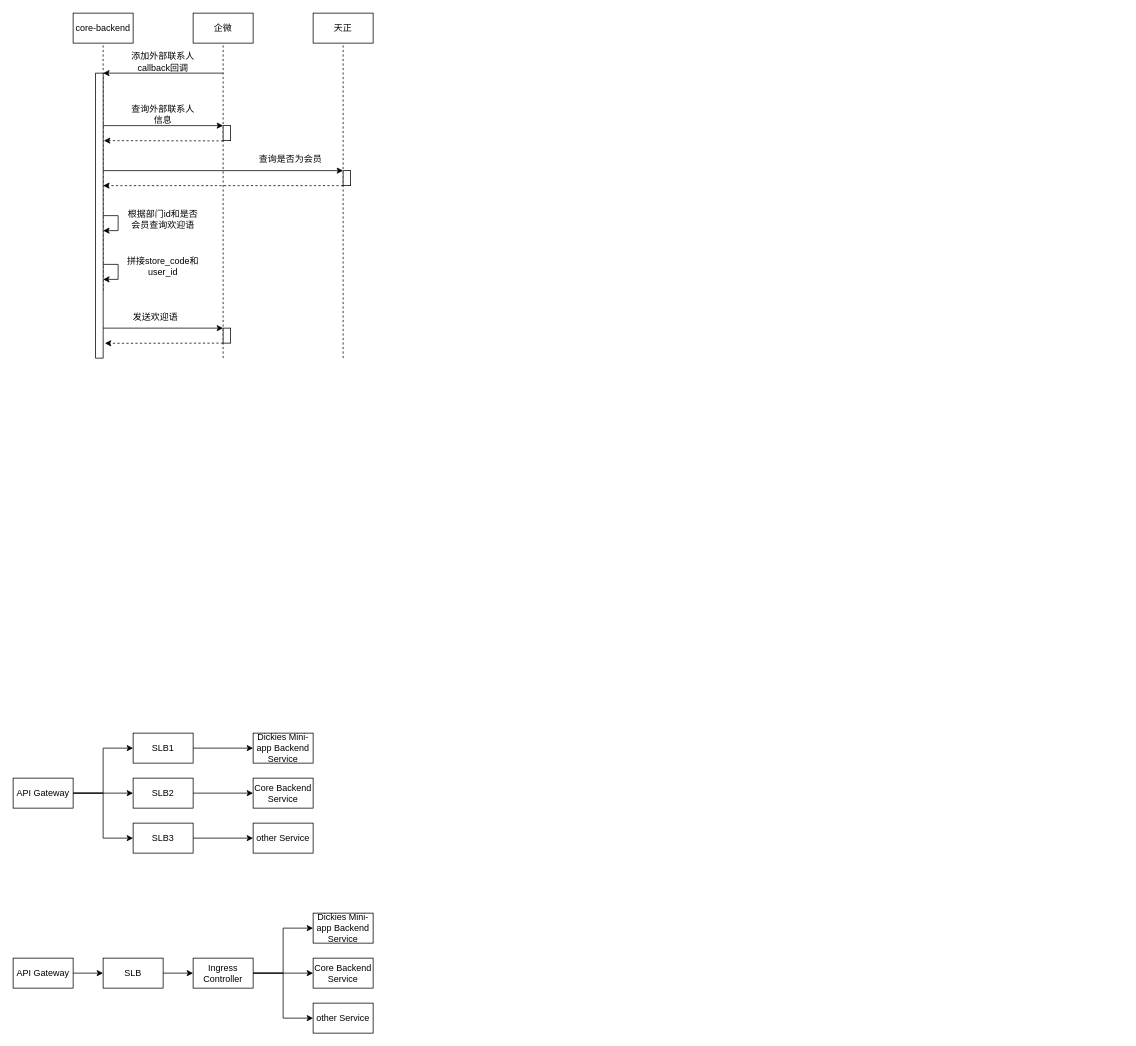
yeahsyoung/diagram keeps this draw.io diagram as VF/发送欢迎语.drawio. Above is the earlier version. Source tidied: cells renumbered, new cells numbered last; positions are measured from the earlier drawing's top-left corner, leaving out a move shared by most shapes. Both pictures are drawn from the tidied source at 75%, with x=0, y=0 at pixel (13, 13).
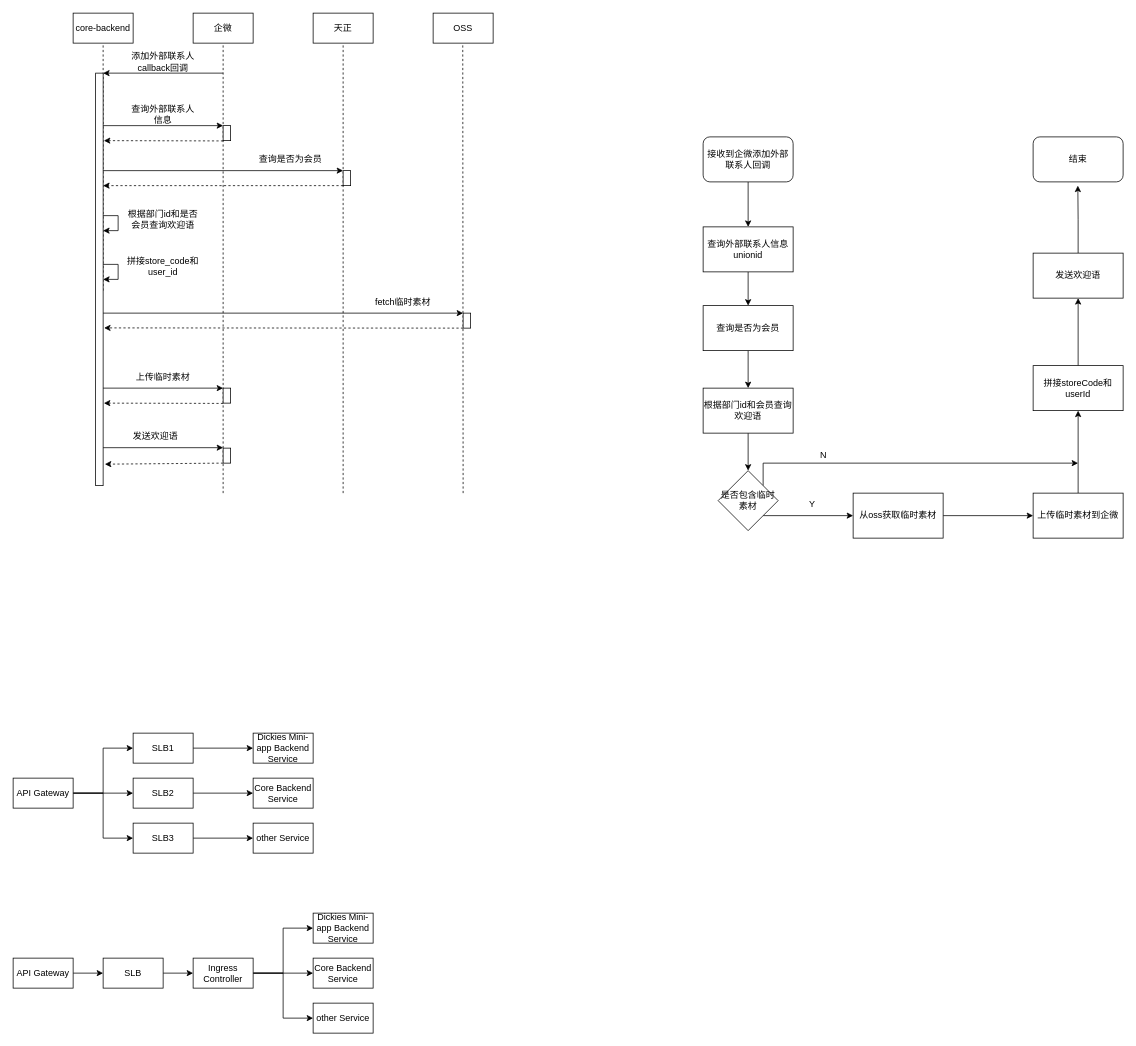
The same diagram, later.

Commit message:
更新发送欢迎语.drawio

Unchanged cells that the change refers to:
```xml
<mxCell id="3" value="企微" style="rounded=0;whiteSpace=wrap;html=1;" parent="1" vertex="1">
  <mxGeometry x="240" width="80" height="40" as="geometry" />
</mxCell>
<mxCell id="4" value="天正" style="rounded=0;whiteSpace=wrap;html=1;" parent="1" vertex="1">
  <mxGeometry x="400" width="80" height="40" as="geometry" />
</mxCell>
```

What changed in the source:
```diff
@@
     <mxCell id="6" style="endArrow=none;dashed=1;html=1;rounded=0;entryX=0.5;entryY=1;entryDx=0;entryDy=0;" parent="1" edge="1" target="3">
       <mxGeometry relative="1" as="geometry">
-        <mxPoint x="280" y="460" as="sourcePoint" />
+        <mxPoint x="280" y="640" as="sourcePoint" />
       </mxGeometry>
     </mxCell>
     <mxCell id="7" style="endArrow=none;dashed=1;html=1;rounded=0;entryX=0.5;entryY=1;entryDx=0;entryDy=0;" parent="1" edge="1" target="4">
       <mxGeometry relative="1" as="geometry">
-        <mxPoint x="440" y="460" as="sourcePoint" />
+        <mxPoint x="440" y="640" as="sourcePoint" />
       </mxGeometry>
     </mxCell>
@@
     <mxCell id="10" style="rounded=0;whiteSpace=wrap;html=1;" parent="1" vertex="1">
-      <mxGeometry x="110" y="80" width="10" height="380" as="geometry" />
+      <mxGeometry x="110" y="80" width="10" height="550" as="geometry" />
     </mxCell>
@@
     <mxCell id="18" style="endArrow=classic;html=1;rounded=0;" parent="1" edge="1">
       <mxGeometry relative="1" as="geometry">
-        <mxPoint x="120" y="420" as="sourcePoint" />
-        <mxPoint x="280" y="420" as="targetPoint" />
+        <mxPoint x="120" y="579.4" as="sourcePoint" />
+        <mxPoint x="280" y="579.4" as="targetPoint" />
       </mxGeometry>
     </mxCell>
     <mxCell id="19" style="rounded=0;whiteSpace=wrap;html=1;" parent="1" vertex="1">
-      <mxGeometry x="280" y="420" width="10" height="20" as="geometry" />
+      <mxGeometry x="280" y="580" width="10" height="20" as="geometry" />
     </mxCell>
     <mxCell id="20" value="发送欢迎语" style="text;html=1;strokeColor=none;fillColor=none;align=center;verticalAlign=middle;whiteSpace=wrap;rounded=0;" parent="1" vertex="1">
-      <mxGeometry x="155" y="390" width="70" height="30" as="geometry" />
+      <mxGeometry x="155" y="549.4" width="70" height="30" as="geometry" />
     </mxCell>
@@
+    <mxCell id="51" value="OSS" style="rounded=0;whiteSpace=wrap;html=1;" parent="1" vertex="1">
+      <mxGeometry x="560" width="80" height="40" as="geometry" />
+    </mxCell>
+    <mxCell id="52" style="endArrow=none;dashed=1;html=1;rounded=0;entryX=0.5;entryY=1;entryDx=0;entryDy=0;" parent="1" edge="1">
+      <mxGeometry relative="1" as="geometry">
+        <mxPoint x="600" y="640" as="sourcePoint" />
+        <mxPoint x="599.5" y="40" as="targetPoint" />
+      </mxGeometry>
+    </mxCell>
+    <mxCell id="53" style="endArrow=classic;html=1;rounded=0;" parent="1" edge="1">
+      <mxGeometry relative="1" as="geometry">
+        <mxPoint x="120" y="400" as="sourcePoint" />
+        <mxPoint x="600" y="400" as="targetPoint" />
+      </mxGeometry>
+    </mxCell>
+    <mxCell id="54" style="rounded=0;whiteSpace=wrap;html=1;" parent="1" vertex="1">
+      <mxGeometry x="600" y="400" width="10" height="20" as="geometry" />
+    </mxCell>
+    <mxCell id="55" value="fetch临时素材" style="text;html=1;strokeColor=none;fillColor=none;align=center;verticalAlign=middle;whiteSpace=wrap;rounded=0;" parent="1" vertex="1">
+      <mxGeometry x="470" y="370" width="100" height="30" as="geometry" />
+    </mxCell>
+    <mxCell id="56" style="endArrow=classic;html=1;rounded=0;dashed=1;entryX=1.134;entryY=0.654;entryDx=0;entryDy=0;entryPerimeter=0;" parent="1" edge="1">
+      <mxGeometry relative="1" as="geometry">
+        <mxPoint x="600" y="420" as="sourcePoint" />
+        <mxPoint x="121.3" y="419.7" as="targetPoint" />
+      </mxGeometry>
+    </mxCell>
+    <mxCell id="57" value="上传临时素材" style="text;html=1;strokeColor=none;fillColor=none;align=center;verticalAlign=middle;whiteSpace=wrap;rounded=0;" parent="1" vertex="1">
+      <mxGeometry x="155" y="470" width="90" height="30" as="geometry" />
+    </mxCell>
+    <mxCell id="58" style="endArrow=classic;html=1;rounded=0;" parent="1" edge="1">
+      <mxGeometry relative="1" as="geometry">
+        <mxPoint x="120" y="500" as="sourcePoint" />
+        <mxPoint x="280" y="500" as="targetPoint" />
+      </mxGeometry>
+    </mxCell>
+    <mxCell id="59" style="endArrow=classic;html=1;rounded=0;dashed=1;exitX=0;exitY=1;exitDx=0;exitDy=0;" parent="1" edge="1">
+      <mxGeometry relative="1" as="geometry">
+        <mxPoint x="280" y="520.4" as="sourcePoint" />
+        <mxPoint x="121" y="520" as="targetPoint" />
+      </mxGeometry>
+    </mxCell>
+    <mxCell id="60" style="rounded=0;whiteSpace=wrap;html=1;" parent="1" vertex="1">
+      <mxGeometry x="280" y="500" width="10" height="20" as="geometry" />
+    </mxCell>
+    <mxCell id="61" style="edgeStyle=orthogonalEdgeStyle;rounded=0;jettySize=auto;html=1;exitX=0.5;exitY=1;exitDx=0;exitDy=0;" parent="1" edge="1" source="62" target="64">
+      <mxGeometry relative="1" as="geometry" />
+    </mxCell>
+    <mxCell id="62" value="接收到企微添加外部联系人回调" style="rounded=1;whiteSpace=wrap;html=1;" parent="1" vertex="1">
+      <mxGeometry x="920" y="165" width="120" height="60" as="geometry" />
+    </mxCell>
+    <mxCell id="63" style="edgeStyle=orthogonalEdgeStyle;rounded=0;jettySize=auto;html=1;exitX=0.5;exitY=1;exitDx=0;exitDy=0;entryX=0.5;entryY=0;entryDx=0;entryDy=0;" parent="1" edge="1" source="64" target="66">
+      <mxGeometry relative="1" as="geometry" />
+    </mxCell>
+    <mxCell id="64" value="查询外部联系人信息unionid" style="rounded=0;whiteSpace=wrap;html=1;" parent="1" vertex="1">
+      <mxGeometry x="920" y="285" width="120" height="60" as="geometry" />
+    </mxCell>
+    <mxCell id="65" style="edgeStyle=orthogonalEdgeStyle;rounded=0;jettySize=auto;html=1;" parent="1" edge="1" source="66" target="68">
+      <mxGeometry relative="1" as="geometry" />
+    </mxCell>
+    <mxCell id="66" value="查询是否为会员" style="rounded=0;whiteSpace=wrap;html=1;" parent="1" vertex="1">
+      <mxGeometry x="920" y="390" width="120" height="60" as="geometry" />
+    </mxCell>
+    <mxCell id="67" style="edgeStyle=orthogonalEdgeStyle;rounded=0;jettySize=auto;html=1;exitX=0.5;exitY=1;exitDx=0;exitDy=0;entryX=0.5;entryY=0;entryDx=0;entryDy=0;" parent="1" edge="1" source="68" target="71">
+      <mxGeometry relative="1" as="geometry" />
+    </mxCell>
+    <mxCell id="68" value="根据部门id和会员查询欢迎语" style="rounded=0;whiteSpace=wrap;html=1;" parent="1" vertex="1">
+      <mxGeometry x="920" y="500" width="120" height="60" as="geometry" />
+    </mxCell>
+    <mxCell id="69" style="edgeStyle=orthogonalEdgeStyle;rounded=0;jettySize=auto;html=1;exitX=1;exitY=1;exitDx=0;exitDy=0;" parent="1" edge="1" source="71" target="73">
+      <mxGeometry relative="1" as="geometry" />
+    </mxCell>
+    <mxCell id="70" style="edgeStyle=orthogonalEdgeStyle;rounded=0;jettySize=auto;html=1;exitX=1;exitY=0;exitDx=0;exitDy=0;" parent="1" edge="1" source="71">
+      <mxGeometry relative="1" as="geometry">
+        <mxPoint x="1420" y="600" as="targetPoint" />
+        <Array as="points">
+          <mxPoint x="1000" y="600" />
+          <mxPoint x="1420" y="600" />
+        </Array>
+      </mxGeometry>
+    </mxCell>
+    <mxCell id="71" value="是否包含临时素材" style="rhombus;whiteSpace=wrap;html=1;" parent="1" vertex="1">
+      <mxGeometry x="940" y="610" width="80" height="80" as="geometry" />
+    </mxCell>
+    <mxCell id="72" style="edgeStyle=orthogonalEdgeStyle;rounded=0;jettySize=auto;html=1;exitX=1;exitY=0.5;exitDx=0;exitDy=0;entryX=0;entryY=0.5;entryDx=0;entryDy=0;" parent="1" edge="1" source="73" target="75">
+      <mxGeometry relative="1" as="geometry" />
+    </mxCell>
+    <mxCell id="73" value="从oss获取临时素材" style="whiteSpace=wrap;html=1;" parent="1" vertex="1">
+      <mxGeometry x="1120" y="640" width="120" height="60" as="geometry" />
+    </mxCell>
+    <mxCell id="74" style="edgeStyle=orthogonalEdgeStyle;rounded=0;jettySize=auto;html=1;exitX=0.5;exitY=0;exitDx=0;exitDy=0;entryX=0.5;entryY=1;entryDx=0;entryDy=0;" parent="1" edge="1" source="75" target="77">
+      <mxGeometry relative="1" as="geometry">
+        <Array as="points">
+          <mxPoint x="1420" y="600" />
+          <mxPoint x="1420" y="600" />
+        </Array>
+      </mxGeometry>
+    </mxCell>
+    <mxCell id="75" value="上传临时素材到企微" style="whiteSpace=wrap;html=1;" parent="1" vertex="1">
+      <mxGeometry x="1360" y="640" width="120" height="60" as="geometry" />
+    </mxCell>
+    <mxCell id="76" style="edgeStyle=orthogonalEdgeStyle;rounded=0;jettySize=auto;html=1;exitX=0.5;exitY=0;exitDx=0;exitDy=0;entryX=0.5;entryY=1;entryDx=0;entryDy=0;" parent="1" edge="1" source="77" target="79">
+      <mxGeometry relative="1" as="geometry" />
+    </mxCell>
+    <mxCell id="77" value="拼接storeCode和userId" style="whiteSpace=wrap;html=1;" parent="1" vertex="1">
+      <mxGeometry x="1360" y="470" width="120" height="60" as="geometry" />
+    </mxCell>
+    <mxCell id="78" style="edgeStyle=orthogonalEdgeStyle;rounded=0;jettySize=auto;html=1;exitX=0.5;exitY=0;exitDx=0;exitDy=0;" parent="1" edge="1" source="79">
+      <mxGeometry relative="1" as="geometry">
+        <mxPoint x="1419.6" y="230" as="targetPoint" />
+      </mxGeometry>
+    </mxCell>
+    <mxCell id="79" value="发送欢迎语" style="whiteSpace=wrap;html=1;" parent="1" vertex="1">
+      <mxGeometry x="1360" y="320" width="120" height="60" as="geometry" />
+    </mxCell>
+    <mxCell id="80" value="结束" style="rounded=1;whiteSpace=wrap;html=1;" parent="1" vertex="1">
+      <mxGeometry x="1360" y="165" width="120" height="60" as="geometry" />
+    </mxCell>
+    <mxCell id="81" value="Y" style="text;html=1;align=center;verticalAlign=middle;strokeColor=none;fillColor=none;" parent="1" vertex="1">
+      <mxGeometry x="1050" y="640" width="30" height="30" as="geometry" />
+    </mxCell>
+    <mxCell id="82" value="N" style="text;html=1;align=center;verticalAlign=middle;strokeColor=none;fillColor=none;" parent="1" vertex="1">
+      <mxGeometry x="1065" y="575" width="30" height="30" as="geometry" />
+    </mxCell>
```
